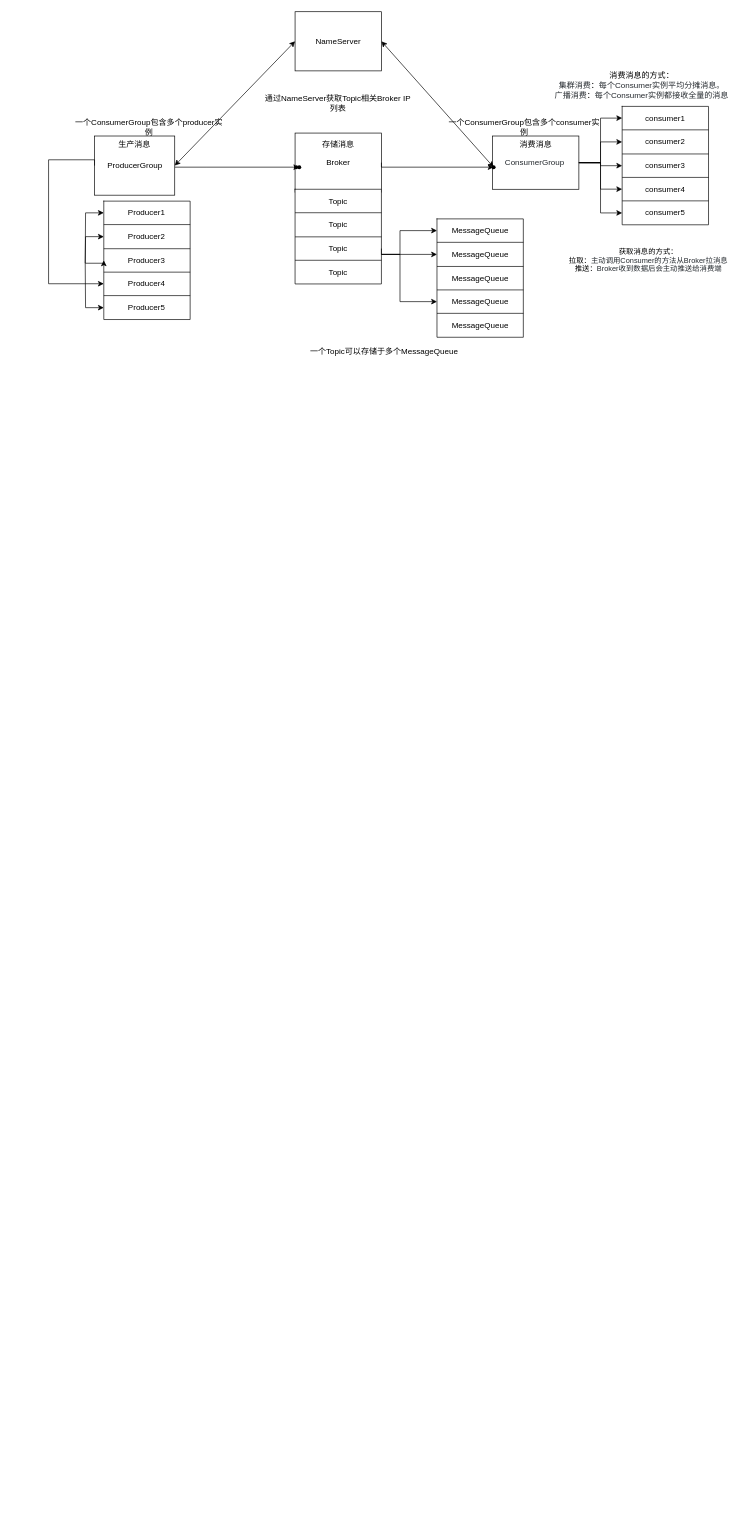
Above: rocketmq.drawio in haitao1325/testGit (draw.io), before the change. Source tidied: cells renumbered, new cells numbered last; positions are measured from the earlier drawing's top-left corner, leaving out a move shared by most shapes. Both pictures are drawn from the tidied source at 67%, with x=0, y=0 at pixel (48, 11).
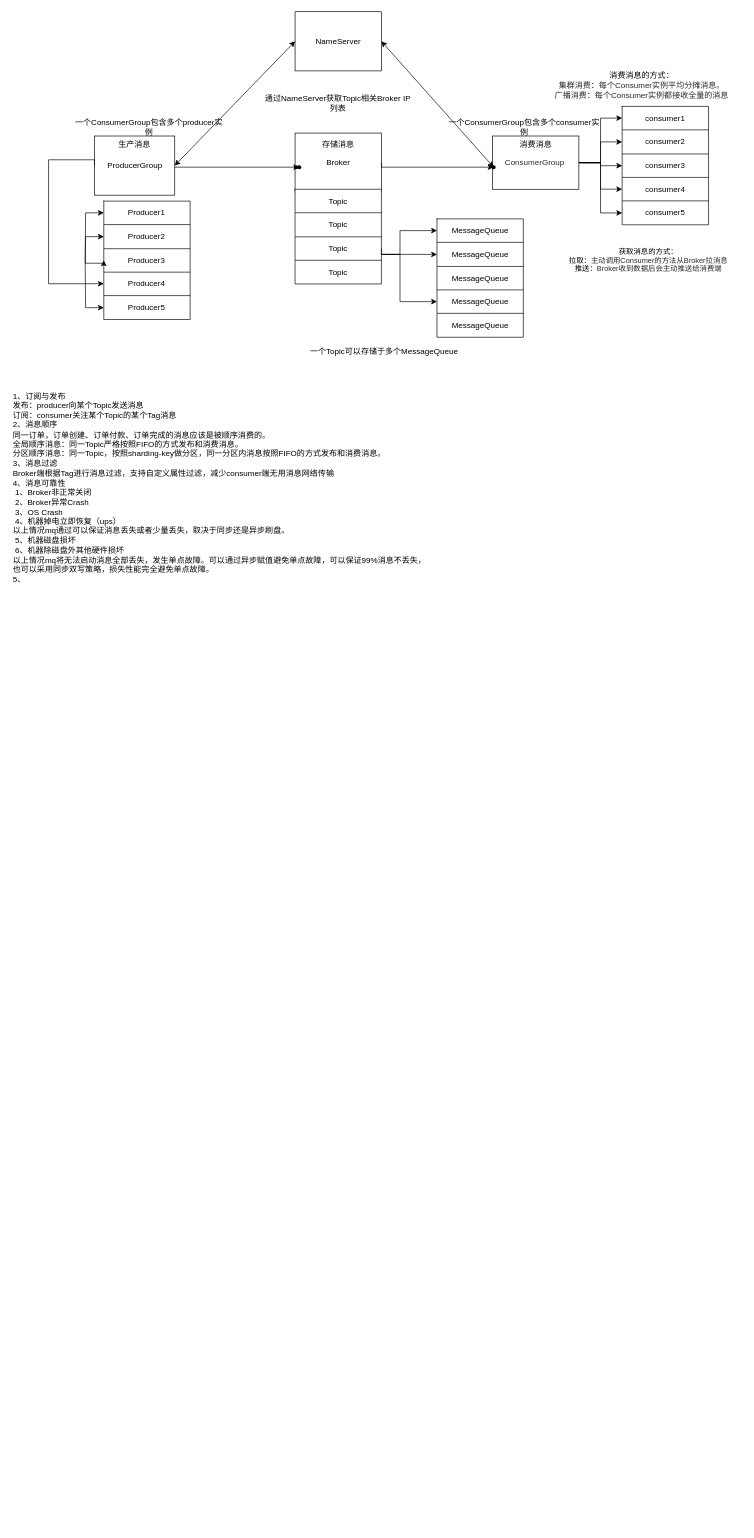
After the change.

What changed in the source:
```diff
@@
+    <mxCell id="78" value="1、订阅与发布&lt;br&gt;发布：producer向某个Topic发送消息&lt;br&gt;订阅：consumer关注某个Topic的某个Tag消息&lt;br&gt;2、消息顺序&lt;br&gt;同一订单，订单创建、订单付款、订单完成的消息应该是被顺序消费的。&lt;br&gt;全局顺序消息：同一Topic严格按照FIFO的方式发布和消费消息。&lt;br&gt;分区顺序消息：同一Topic，按照sharding-key做分区，同一分区内消息按照FIFO的方式发布和消费消息。&lt;br&gt;3、消息过滤&lt;br&gt;Broker端根据Tag进行消息过滤，支持自定义属性过滤，减少consumer端无用消息网络传输&lt;br&gt;4、消息可靠性&lt;br&gt;&lt;span style=&quot;white-space: pre&quot;&gt; &lt;/span&gt;1、Broker非正常关闭&lt;br&gt;&lt;span style=&quot;white-space: pre&quot;&gt; &lt;/span&gt;2、Broker异常Crash&lt;br&gt;&lt;span style=&quot;white-space: pre&quot;&gt; &lt;/span&gt;3、OS Crash&lt;br&gt;&lt;span style=&quot;white-space: pre&quot;&gt; &lt;/span&gt;4、机器掉电立即恢复（ups）&lt;br&gt;以上情况mq通过可以保证消息丢失或者少量丢失，取决于同步还是异步刷盘。&lt;br&gt;&lt;span style=&quot;white-space: pre&quot;&gt; &lt;/span&gt;5、机器磁盘损坏&lt;br&gt;&lt;span style=&quot;white-space: pre&quot;&gt; &lt;/span&gt;6、机器除磁盘外其他硬件损坏&lt;br&gt;以上情况mq将无法启动消息全部丢失，发生单点故障。可以通过异步赋值避免单点故障，可以保证99%消息不丢失，&lt;br&gt;也可以采用同步双写策略，损失性能完全避免单点故障。&lt;br&gt;5、" style="text;html=1;strokeColor=none;fillColor=none;align=left;verticalAlign=top;whiteSpace=wrap;rounded=0;fontSize=12;" parent="1" vertex="1">
+      <mxGeometry x="-55" y="560" width="700" height="1700" as="geometry" />
+    </mxCell>
```
